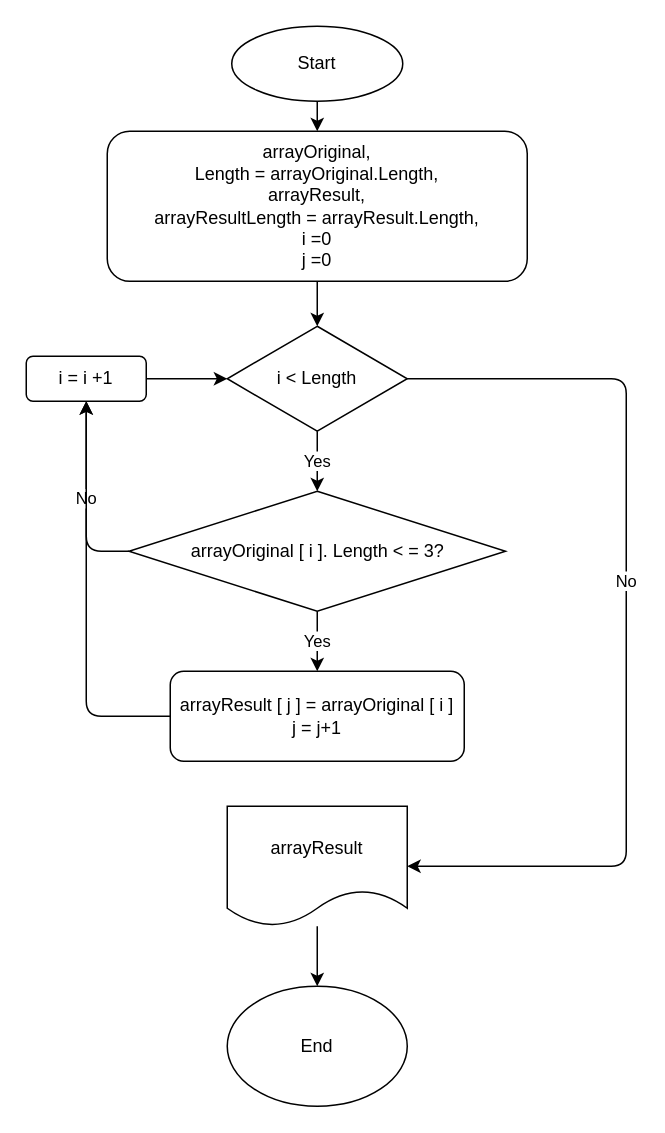
This is flowchart.drawio from ZinaidaKoroleva/Final-work, a draw.io file, before an edit. Source tidied: cells renumbered, new cells numbered last; positions are measured from the earlier drawing's top-left corner, leaving out a move shared by most shapes. Both pictures are drawn from the tidied source at 150%, with x=0, y=0 at pixel (26, 26).
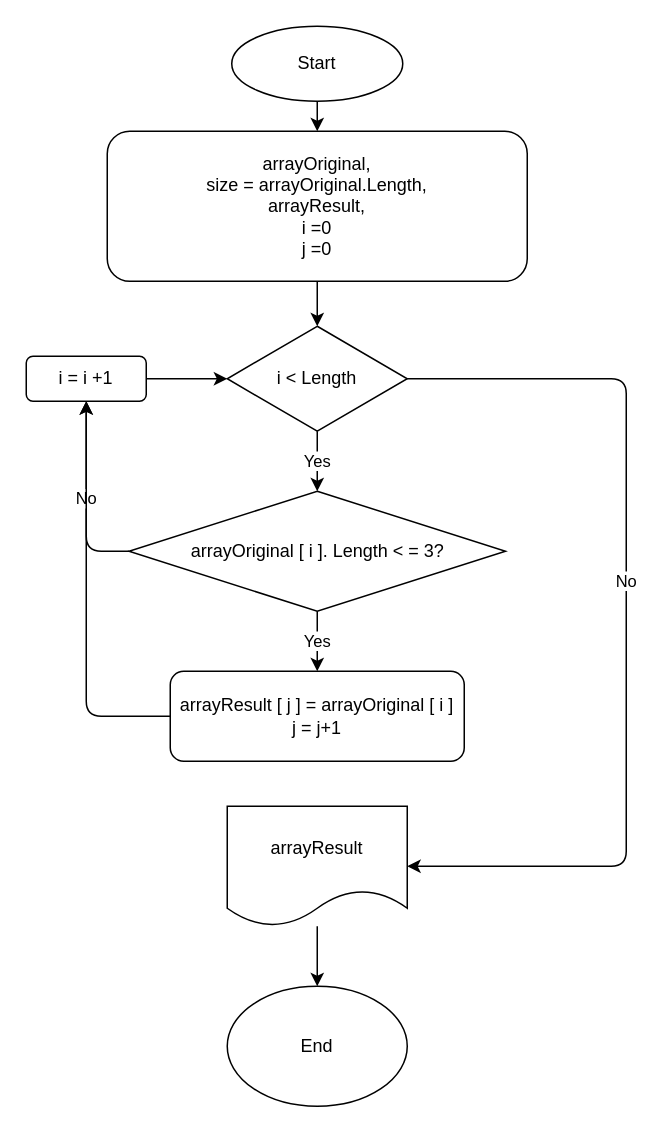
After the change.

Diff of the diagram source:
```diff
@@
-    <mxCell id="5" value="arrayOriginal,&lt;br&gt;Length = arrayOriginal.Length,&lt;br&gt;arrayResult,&lt;br&gt;arrayResultLength = arrayResult.Length,&lt;br&gt;i =0&lt;br&gt;j =0" style="rounded=1;whiteSpace=wrap;html=1;" parent="1" vertex="1">
+    <mxCell id="5" value="arrayOriginal,&lt;br&gt;size = arrayOriginal.Length,&lt;br&gt;arrayResult,&lt;br&gt;i =0&lt;br&gt;j =0" style="rounded=1;whiteSpace=wrap;html=1;" parent="1" vertex="1">
       <mxGeometry x="54" y="70" width="280" height="100" as="geometry" />
     </mxCell>
```
